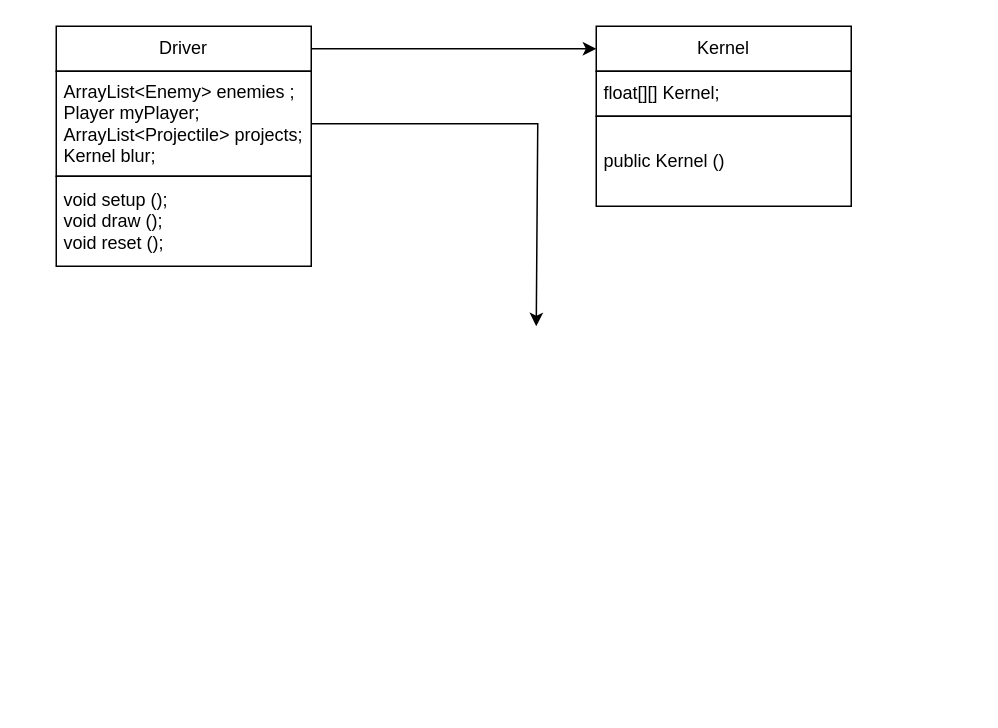
This is Untitled Diagram.drawio from JasxnNg/Final-Project, a draw.io file, before an edit. Source tidied: cells renumbered, new cells numbered last; positions are measured from the earlier drawing's top-left corner, leaving out a move shared by most shapes. Both pictures are drawn from the tidied source at 150%, with x=0, y=0 at pixel (56, 26).
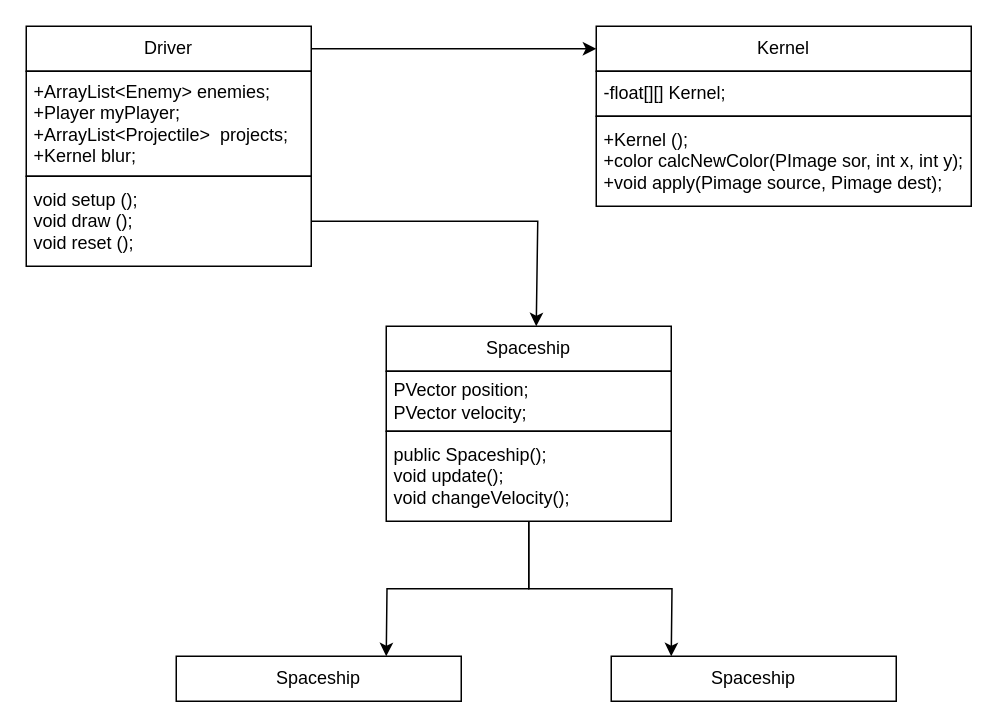
The same page after the edit.

What changed in the source:
```diff
@@
     <mxCell id="3" value="Driver" style="rounded=0;whiteSpace=wrap;html=1;" parent="1" vertex="1">
-      <mxGeometry width="170" height="30" as="geometry" />
+      <mxGeometry x="-20" width="190" height="30" as="geometry" />
     </mxCell>
     <mxCell id="4" style="edgeStyle=orthogonalEdgeStyle;rounded=0;jettySize=auto;html=1;exitX=1;exitY=0.5;exitDx=0;exitDy=0;" parent="1" edge="1" source="5">
       <mxGeometry relative="1" as="geometry">
         <mxPoint x="320" y="200" as="targetPoint" />
         <Array as="points">
-          <mxPoint x="321" y="65" />
+          <mxPoint x="170" y="130" />
+          <mxPoint x="321" y="130" />
         </Array>
       </mxGeometry>
     </mxCell>
-    <mxCell id="5" value="&amp;nbsp;ArrayList&amp;lt;Enemy&amp;gt; enemies ;&amp;nbsp;&lt;br&gt;&amp;nbsp;Player myPlayer;&amp;nbsp;&lt;br&gt;&amp;nbsp;ArrayList&amp;lt;Projectile&amp;gt; projects;&lt;br&gt;&amp;nbsp;Kernel blur;&amp;nbsp;&amp;nbsp;" style="rounded=0;whiteSpace=wrap;html=1;align=left;" parent="1" vertex="1">
-      <mxGeometry y="30" width="170" height="70" as="geometry" />
+    <mxCell id="5" value="&amp;nbsp;+ArrayList&amp;lt;Enemy&amp;gt; enemies;&amp;nbsp;&lt;br&gt;&amp;nbsp;+Player myPlayer;&amp;nbsp;&lt;br&gt;&amp;nbsp;+ArrayList&amp;lt;Projectile&amp;gt;&amp;nbsp; projects;&lt;br&gt;&amp;nbsp;+Kernel blur;&amp;nbsp;&amp;nbsp;" style="rounded=0;whiteSpace=wrap;html=1;align=left;" parent="1" vertex="1">
+      <mxGeometry x="-20" y="30" width="190" height="70" as="geometry" />
     </mxCell>
     <mxCell id="6" value="&amp;nbsp;void setup ();&amp;nbsp;&lt;br&gt;&amp;nbsp;void draw ();&amp;nbsp;&lt;br&gt;&amp;nbsp;void reset ();&amp;nbsp;" style="rounded=0;whiteSpace=wrap;html=1;align=left;" parent="1" vertex="1">
-      <mxGeometry y="100" width="170" height="60" as="geometry" />
+      <mxGeometry x="-20" y="100" width="190" height="60" as="geometry" />
     </mxCell>
     <mxCell id="7" value="Kernel" style="rounded=0;whiteSpace=wrap;html=1;" parent="1" vertex="1">
-      <mxGeometry x="360" width="170" height="30" as="geometry" />
+      <mxGeometry x="360" width="250" height="30" as="geometry" />
     </mxCell>
-    <mxCell id="8" value="&amp;nbsp;float[][] Kernel;" style="rounded=0;whiteSpace=wrap;html=1;align=left;" parent="1" vertex="1">
-      <mxGeometry x="360" y="30" width="170" height="30" as="geometry" />
+    <mxCell id="8" value="&amp;nbsp;-float[][] Kernel;" style="rounded=0;whiteSpace=wrap;html=1;align=left;" parent="1" vertex="1">
+      <mxGeometry x="360" y="30" width="250" height="30" as="geometry" />
     </mxCell>
-    <mxCell id="9" value="&amp;nbsp;public Kernel ()&amp;nbsp;" style="rounded=0;whiteSpace=wrap;html=1;align=left;" parent="1" vertex="1">
-      <mxGeometry x="360" y="60" width="170" height="60" as="geometry" />
+    <mxCell id="9" value="&amp;nbsp;+Kernel ();&lt;br&gt;&amp;nbsp;+color calcNewColor(PImage sor, int x, int y);&amp;nbsp;&lt;br&gt;&amp;nbsp;+void apply(Pimage source, Pimage dest);&amp;nbsp;" style="rounded=0;whiteSpace=wrap;html=1;align=left;" parent="1" vertex="1">
+      <mxGeometry x="360" y="60" width="250" height="60" as="geometry" />
     </mxCell>
+    <mxCell id="10" value="Spaceship" style="rounded=0;whiteSpace=wrap;html=1;" parent="1" vertex="1">
+      <mxGeometry x="220" y="200" width="190" height="30" as="geometry" />
+    </mxCell>
+    <mxCell id="11" value="&amp;nbsp;PVector position;&amp;nbsp;&lt;br&gt;&amp;nbsp;PVector velocity;&amp;nbsp;" style="rounded=0;whiteSpace=wrap;html=1;align=left;" parent="1" vertex="1">
+      <mxGeometry x="220" y="230" width="190" height="40" as="geometry" />
+    </mxCell>
+    <mxCell id="12" style="edgeStyle=orthogonalEdgeStyle;rounded=0;jettySize=auto;html=1;" parent="1" edge="1" source="14">
+      <mxGeometry relative="1" as="geometry">
+        <mxPoint x="220" y="420" as="targetPoint" />
+      </mxGeometry>
+    </mxCell>
+    <mxCell id="13" style="edgeStyle=orthogonalEdgeStyle;rounded=0;jettySize=auto;html=1;" parent="1" edge="1" source="14">
+      <mxGeometry relative="1" as="geometry">
+        <mxPoint x="410" y="420" as="targetPoint" />
+      </mxGeometry>
+    </mxCell>
+    <mxCell id="14" value="&amp;nbsp;public Spaceship();&amp;nbsp;&lt;br&gt;&amp;nbsp;void update();&amp;nbsp;&lt;br&gt;&amp;nbsp;void changeVelocity();&amp;nbsp;" style="rounded=0;whiteSpace=wrap;html=1;align=left;" parent="1" vertex="1">
+      <mxGeometry x="220" y="270" width="190" height="60" as="geometry" />
+    </mxCell>
+    <mxCell id="15" value="Spaceship" style="rounded=0;whiteSpace=wrap;html=1;" parent="1" vertex="1">
+      <mxGeometry x="370" y="420" width="190" height="30" as="geometry" />
+    </mxCell>
+    <mxCell id="16" value="Spaceship" style="rounded=0;whiteSpace=wrap;html=1;" parent="1" vertex="1">
+      <mxGeometry x="80" y="420" width="190" height="30" as="geometry" />
+    </mxCell>
```
